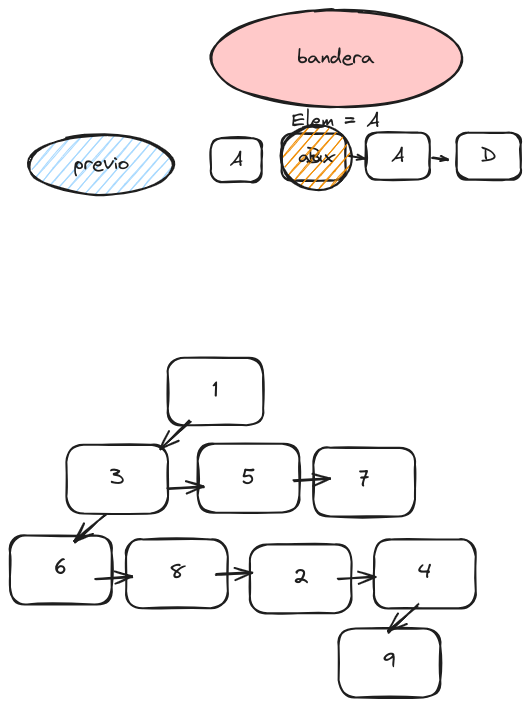
This is src/tests/test.excalidraw.png from lopezernesto/EDAT2024, a Excalidraw export, as it was before one commit. Source tidied: one line per element, renumbered; positions are measured from the earlier drawing's top-left corner, leaving out a move shared by most shapes.
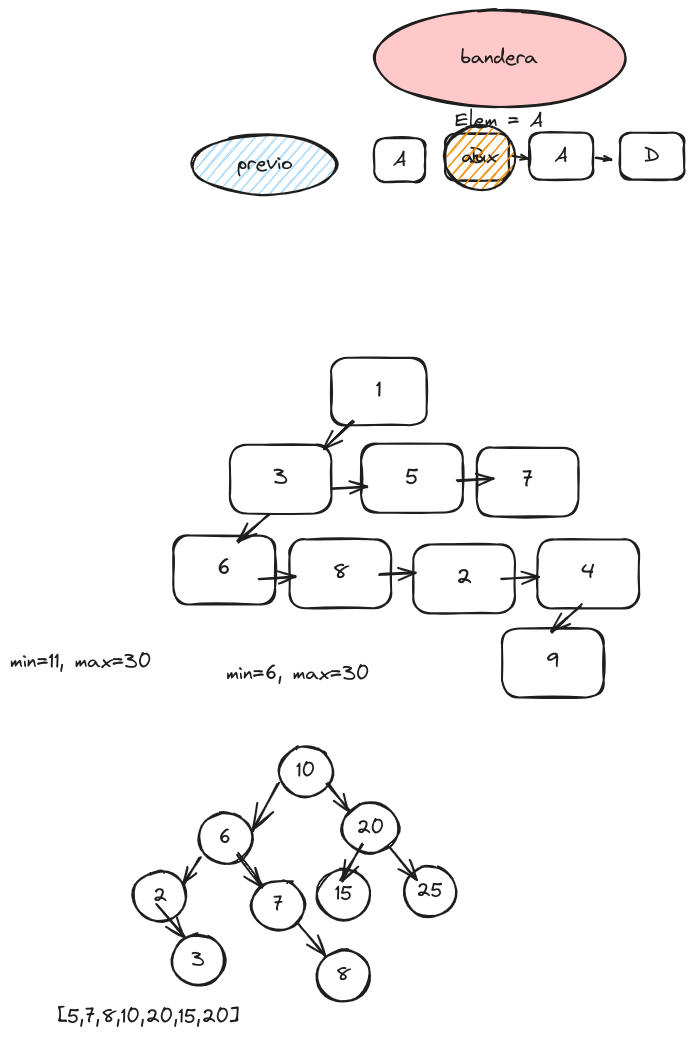
Later version of the same file.

The edit, as a diff of the source:
```diff
@@ -41,3 +41,32 @@
 {"id": 40, "type": "rectangle", "strokeColor": "#1e1e1e", "strokeWidth": 2, "roughness": 1, "round": true, "x": 329, "y": 619, "width": 102, "height": 69}
 {"id": 41, "type": "text", "text": "9", "strokeColor": "#1e1e1e", "strokeWidth": 2, "roughness": 1, "fontSize": 21.87, "fontFamily": 1, "textAlign": "center", "verticalAlign": "middle", "inside": 40, "x": 373, "y": 639, "width": 13, "height": 27}
 {"id": 42, "type": "arrow", "strokeColor": "#1e1e1e", "strokeWidth": 2, "roughness": 1, "endArrowhead": "arrow", "round": true, "x": 407, "y": 595, "width": 30, "height": 27, "points": [[0, 0], [-30, 27]]}
+{"id": 43, "type": "ellipse", "strokeColor": "#1e1e1e", "strokeWidth": 2, "roughness": 1, "round": true, "x": 106, "y": 736, "width": 53, "height": 51}
+{"id": 44, "type": "text", "text": "10", "strokeColor": "#1e1e1e", "strokeWidth": 2, "roughness": 1, "fontSize": 20, "fontFamily": 1, "textAlign": "center", "verticalAlign": "middle", "inside": 43, "x": 123, "y": 749, "width": 19, "height": 25}
+{"id": 45, "type": "ellipse", "strokeColor": "#1e1e1e", "strokeWidth": 2, "roughness": 1, "round": true, "x": 25, "y": 803, "width": 53, "height": 51}
+{"id": 46, "type": "text", "text": "6", "strokeColor": "#1e1e1e", "strokeWidth": 2, "roughness": 1, "fontSize": 20, "fontFamily": 1, "textAlign": "center", "verticalAlign": "middle", "inside": 45, "x": 45, "y": 816, "width": 13, "height": 25}
+{"id": 47, "type": "ellipse", "strokeColor": "#1e1e1e", "strokeWidth": 2, "roughness": 1, "round": true, "x": 168, "y": 794, "width": 57, "height": 49}
+{"id": 48, "type": "text", "text": "20", "strokeColor": "#1e1e1e", "strokeWidth": 2, "roughness": 1, "fontSize": 20, "fontFamily": 1, "textAlign": "center", "verticalAlign": "middle", "inside": 47, "x": 183, "y": 806, "width": 28, "height": 25}
+{"id": 49, "type": "ellipse", "strokeColor": "#1e1e1e", "strokeWidth": 2, "roughness": 1, "round": true, "x": -40, "y": 861, "width": 53, "height": 51}
+{"id": 50, "type": "text", "text": "2", "strokeColor": "#1e1e1e", "strokeWidth": 2, "roughness": 1, "fontSize": 20, "fontFamily": 1, "textAlign": "center", "verticalAlign": "middle", "inside": 49, "x": -21, "y": 874, "width": 14, "height": 25}
+{"id": 51, "type": "ellipse", "strokeColor": "#1e1e1e", "strokeWidth": 2, "roughness": 1, "round": true, "x": 78, "y": 870, "width": 53, "height": 51}
+{"id": 52, "type": "text", "text": "7", "strokeColor": "#1e1e1e", "strokeWidth": 2, "roughness": 1, "fontSize": 20, "fontFamily": 1, "textAlign": "center", "verticalAlign": "middle", "inside": 51, "x": 99, "y": 883, "width": 11, "height": 25}
+{"id": 53, "type": "ellipse", "strokeColor": "#1e1e1e", "strokeWidth": 2, "roughness": 1, "round": true, "x": 144, "y": 859, "width": 53, "height": 51}
+{"id": 54, "type": "text", "text": "15", "strokeColor": "#1e1e1e", "strokeWidth": 2, "roughness": 1, "fontSize": 20, "fontFamily": 1, "textAlign": "center", "verticalAlign": "middle", "inside": 53, "x": 161, "y": 872, "width": 18, "height": 25}
+{"id": 55, "type": "ellipse", "strokeColor": "#1e1e1e", "strokeWidth": 2, "roughness": 1, "round": true, "x": 230, "y": 856, "width": 53, "height": 51}
+{"id": 56, "type": "text", "text": "25", "strokeColor": "#1e1e1e", "strokeWidth": 2, "roughness": 1, "fontSize": 20, "fontFamily": 1, "textAlign": "center", "verticalAlign": "middle", "inside": 55, "x": 243, "y": 869, "width": 27, "height": 25}
+{"id": 57, "type": "arrow", "strokeColor": "#1e1e1e", "strokeWidth": 2, "roughness": 1, "endArrowhead": "arrow", "round": true, "to": 47, "x": 154, "y": 774, "width": 22, "height": 28, "points": [[0, 0], [22, 28]]}
+{"id": 58, "type": "arrow", "strokeColor": "#1e1e1e", "strokeWidth": 2, "roughness": 1, "endArrowhead": "arrow", "round": true, "x": 215, "y": 836, "width": 27, "height": 33, "points": [[0, 0], [27, 33]]}
+{"id": 59, "type": "arrow", "strokeColor": "#1e1e1e", "strokeWidth": 2, "roughness": 1, "endArrowhead": "arrow", "round": true, "from": 45, "to": 49, "x": 27, "y": 847, "width": 16, "height": 27, "points": [[0, 0], [-16, 27]]}
+{"id": 60, "type": "arrow", "strokeColor": "#1e1e1e", "strokeWidth": 2, "roughness": 1, "endArrowhead": "arrow", "round": true, "from": 43, "to": 45, "x": 104, "y": 774, "width": 26, "height": 47, "points": [[0, 0], [-26, 47]]}
+{"id": 61, "type": "arrow", "strokeColor": "#1e1e1e", "strokeWidth": 2, "roughness": 1, "endArrowhead": "arrow", "round": true, "x": 189, "y": 834, "width": 21, "height": 37, "points": [[0, 0], [-21, 37]]}
+{"id": 62, "type": "ellipse", "strokeColor": "#1e1e1e", "strokeWidth": 2, "roughness": 1, "round": true, "x": 143, "y": 940, "width": 53, "height": 51}
+{"id": 63, "type": "text", "text": "8", "strokeColor": "#1e1e1e", "strokeWidth": 2, "roughness": 1, "fontSize": 20, "fontFamily": 1, "textAlign": "center", "verticalAlign": "middle", "inside": 62, "x": 162, "y": 953, "width": 15, "height": 25}
+{"id": 64, "type": "arrow", "strokeColor": "#1e1e1e", "strokeWidth": 2, "roughness": 1, "endArrowhead": "arrow", "round": true, "from": 51, "to": 62, "x": 125, "y": 913, "width": 26, "height": 32, "points": [[0, 0], [26, 32]]}
+{"id": 65, "type": "ellipse", "strokeColor": "#1e1e1e", "strokeWidth": 2, "roughness": 1, "round": true, "x": -2, "y": 925, "width": 53, "height": 51}
+{"id": 66, "type": "text", "text": "3", "strokeColor": "#1e1e1e", "strokeWidth": 2, "roughness": 1, "fontSize": 20, "fontFamily": 1, "textAlign": "center", "verticalAlign": "middle", "inside": 65, "x": 18, "y": 938, "width": 14, "height": 25}
+{"id": 67, "type": "arrow", "strokeColor": "#1e1e1e", "strokeWidth": 2, "roughness": 1, "endArrowhead": "arrow", "round": true, "x": -16, "y": 895, "width": 26, "height": 32, "points": [[0, 0], [26, 32]]}
+{"id": 68, "type": "arrow", "strokeColor": "#1e1e1e", "strokeWidth": 2, "roughness": 1, "endArrowhead": "arrow", "round": true, "x": 64, "y": 844, "width": 26, "height": 32, "points": [[0, 0], [26, 32]]}
+{"id": 69, "type": "text", "text": "[5,7,8,10,20,15,20]", "strokeColor": "#1e1e1e", "strokeWidth": 2, "roughness": 1, "fontSize": 20, "fontFamily": 1, "x": -116, "y": 995, "width": 182, "height": 25}
+{"id": 70, "type": "text", "text": "min=6, max=30", "strokeColor": "#1e1e1e", "strokeWidth": 2, "roughness": 1, "fontSize": 20, "fontFamily": 1, "x": 53, "y": 652, "width": 144, "height": 25}
+{"id": 71, "type": "text", "text": "min=11, max=30", "strokeColor": "#1e1e1e", "strokeWidth": 2, "roughness": 1, "fontSize": 20, "fontFamily": 1, "x": -163, "y": 640, "width": 142, "height": 25}
```
